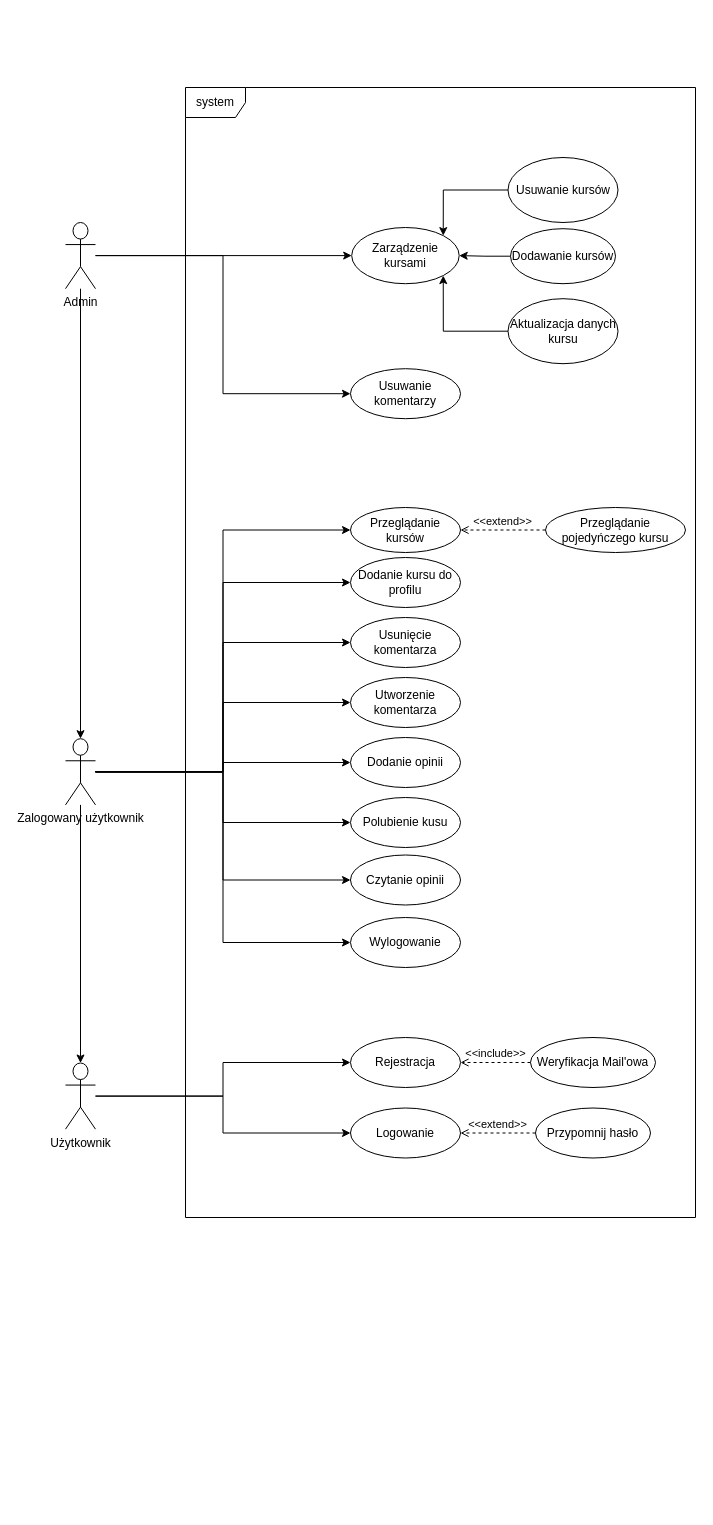
The draw.io diagram reports/use_cases/use_cases.drawio in p-dros/faisweb, before the edit. Source tidied: cells renumbered, new cells numbered last; positions are measured from the earlier drawing's top-left corner, leaving out a move shared by most shapes. Both pictures are drawn from the tidied source at 100%, with x=0, y=0 at pixel (65, 87).
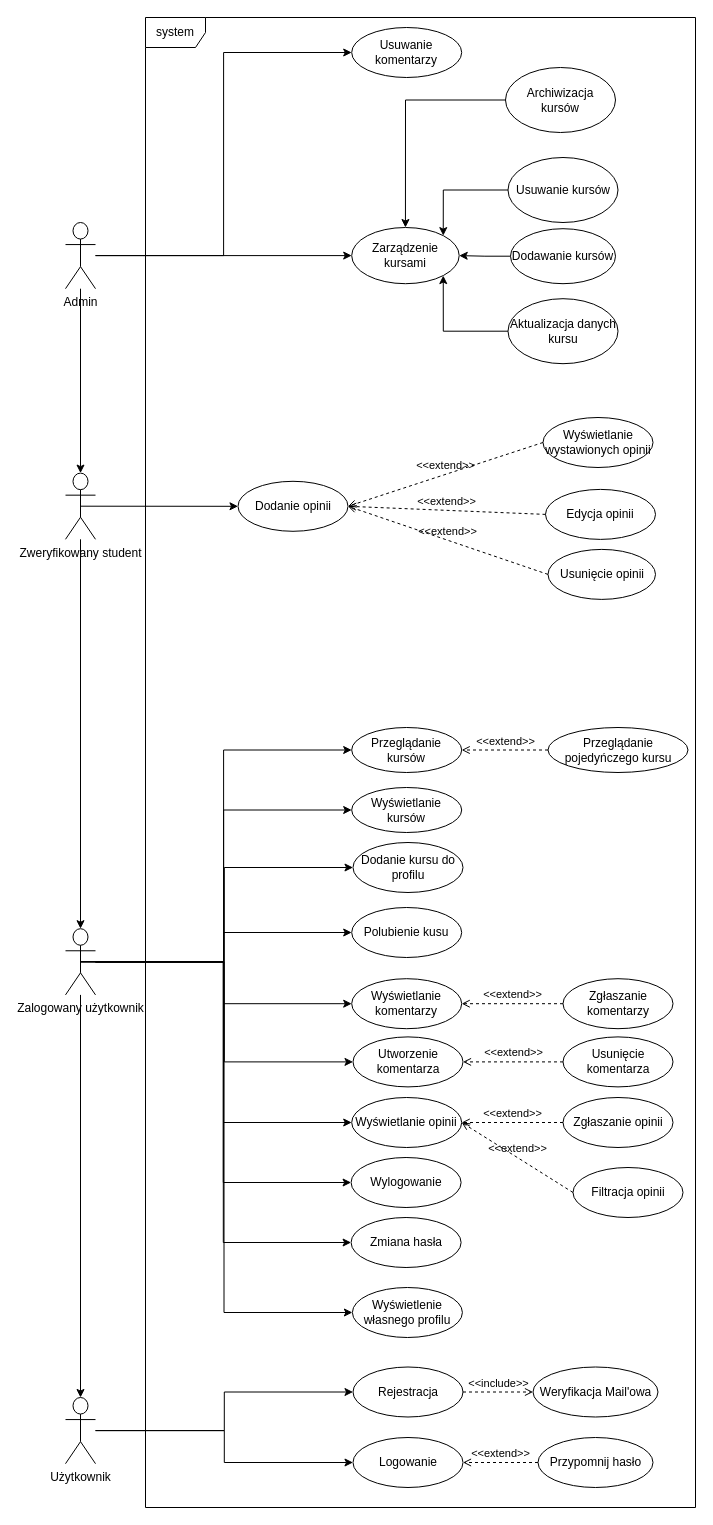
Above is the later version.

Unchanged cells that the change refers to:
```xml
<mxCell id="20" value="Zarządzenie kursami" style="ellipse;whiteSpace=wrap;html=1;" parent="1" vertex="1">
  <mxGeometry x="286.2" y="140" width="107.5" height="56.2" as="geometry" />
</mxCell>
<mxCell id="40" value="Admin" style="shape=umlActor;verticalLabelPosition=bottom;verticalAlign=top;html=1;outlineConnect=0;" parent="1" vertex="1">
  <mxGeometry y="135" width="30" height="66.2" as="geometry" />
</mxCell>
```

The edit, as a diff of the source:
```diff
@@
     <mxCell id="4" value="Użytkownik" style="shape=umlActor;verticalLabelPosition=bottom;verticalAlign=top;html=1;outlineConnect=0;" parent="1" vertex="1">
-      <mxGeometry y="975.5" width="30" height="66.2" as="geometry" />
+      <mxGeometry y="1310" width="30" height="66.2" as="geometry" />
     </mxCell>
     <mxCell id="5" value="system" style="shape=umlFrame;whiteSpace=wrap;html=1;" parent="1" vertex="1">
-      <mxGeometry x="120" width="510" height="1130" as="geometry" />
+      <mxGeometry x="80" y="-70" width="550" height="1490" as="geometry" />
     </mxCell>
     <mxCell id="6" value="Przeglądanie kursów" style="ellipse;whiteSpace=wrap;html=1;" parent="1" vertex="1">
-      <mxGeometry x="285" y="420" width="110" height="45" as="geometry" />
+      <mxGeometry x="286.2" y="640" width="110" height="45" as="geometry" />
     </mxCell>
-    <mxCell id="7" value="Czytanie opinii" style="ellipse;whiteSpace=wrap;html=1;" parent="1" vertex="1">
-      <mxGeometry x="285" y="767.5" width="110" height="50" as="geometry" />
+    <mxCell id="7" value="Wyświetlanie opinii" style="ellipse;whiteSpace=wrap;html=1;" parent="1" vertex="1">
+      <mxGeometry x="286.2" y="1010" width="110" height="50" as="geometry" />
     </mxCell>
     <mxCell id="8" value="Polubienie kusu" style="ellipse;whiteSpace=wrap;html=1;" parent="1" vertex="1">
-      <mxGeometry x="285" y="710" width="110" height="50" as="geometry" />
+      <mxGeometry x="286.2" y="820" width="110" height="50" as="geometry" />
     </mxCell>
@@
     <mxCell id="10" value="Dodanie opinii" style="ellipse;whiteSpace=wrap;html=1;" parent="1" vertex="1">
-      <mxGeometry x="285" y="650" width="110" height="50" as="geometry" />
+      <mxGeometry x="172.5" y="393.8" width="110" height="50" as="geometry" />
     </mxCell>
     <mxCell id="11" value="Utworzenie komentarza" style="ellipse;whiteSpace=wrap;html=1;" parent="1" vertex="1">
-      <mxGeometry x="285" y="590" width="110" height="50" as="geometry" />
+      <mxGeometry x="287.5" y="949.4" width="110" height="50" as="geometry" />
     </mxCell>
     <mxCell id="12" value="Dodanie kursu do profilu" style="ellipse;whiteSpace=wrap;html=1;" parent="1" vertex="1">
-      <mxGeometry x="285" y="470" width="110" height="50" as="geometry" />
+      <mxGeometry x="287.5" y="755" width="110" height="50" as="geometry" />
     </mxCell>
@@
     <mxCell id="14" value="Przypomnij hasło" style="ellipse;whiteSpace=wrap;html=1;" parent="1" vertex="1">
-      <mxGeometry x="470" y="1020.5" width="115" height="50" as="geometry" />
+      <mxGeometry x="472.5" y="1350" width="115" height="50" as="geometry" />
     </mxCell>
     <mxCell id="15" value="Usuwanie komentarzy" style="ellipse;whiteSpace=wrap;html=1;" parent="1" vertex="1">
-      <mxGeometry x="285" y="281.2" width="110" height="50" as="geometry" />
+      <mxGeometry x="286.2" y="-60" width="110" height="50" as="geometry" />
     </mxCell>
     <mxCell id="16" value="Rejestracja" style="ellipse;whiteSpace=wrap;html=1;" parent="1" vertex="1">
-      <mxGeometry x="285" y="950" width="110" height="50" as="geometry" />
+      <mxGeometry x="287.5" y="1279.5" width="110" height="50" as="geometry" />
     </mxCell>
     <mxCell id="17" value="Usunięcie komentarza" style="ellipse;whiteSpace=wrap;html=1;" parent="1" vertex="1">
-      <mxGeometry x="285" y="530" width="110" height="50" as="geometry" />
+      <mxGeometry x="497.5" y="949.4" width="110" height="50" as="geometry" />
     </mxCell>
     <mxCell id="18" value="Weryfikacja Mail'owa" style="ellipse;whiteSpace=wrap;html=1;" parent="1" vertex="1">
-      <mxGeometry x="465" y="950" width="125" height="50" as="geometry" />
+      <mxGeometry x="467.5" y="1279.5" width="125" height="50" as="geometry" />
     </mxCell>
-    <mxCell id="19" value="&amp;lt;&amp;lt;include&amp;gt;&amp;gt;" style="html=1;verticalAlign=bottom;labelBackgroundColor=none;endArrow=open;endFill=0;dashed=1;rounded=0;entryX=1;entryY=0.5;entryDx=0;entryDy=0;exitX=0;exitY=0.5;exitDx=0;exitDy=0;" parent="1" edge="1" source="18" target="16">
+    <mxCell id="19" value="&amp;lt;&amp;lt;include&amp;gt;&amp;gt;" style="html=1;verticalAlign=bottom;labelBackgroundColor=none;endArrow=open;endFill=0;dashed=1;rounded=0;entryX=0;entryY=0.5;entryDx=0;entryDy=0;exitX=1;exitY=0.5;exitDx=0;exitDy=0;" parent="1" edge="1" source="16" target="18">
       <mxGeometry relative="1" as="geometry" />
     </mxCell>
@@
-    <mxCell id="28" style="edgeStyle=orthogonalEdgeStyle;rounded=0;jettySize=auto;html=1;" parent="1" edge="1" source="36" target="8">
+    <mxCell id="28" style="edgeStyle=orthogonalEdgeStyle;rounded=0;jettySize=auto;html=1;entryX=0;entryY=0.5;entryDx=0;entryDy=0;" parent="1" edge="1" source="36" target="8">
       <mxGeometry relative="1" as="geometry" />
     </mxCell>
-    <mxCell id="29" style="edgeStyle=orthogonalEdgeStyle;rounded=0;jettySize=auto;html=1;entryX=0;entryY=0.5;entryDx=0;entryDy=0;" parent="1" edge="1" source="36" target="10">
-      <mxGeometry relative="1" as="geometry" />
-    </mxCell>
@@
-    <mxCell id="31" style="edgeStyle=orthogonalEdgeStyle;rounded=0;jettySize=auto;html=1;entryX=0;entryY=0.5;entryDx=0;entryDy=0;" parent="1" edge="1" source="36" target="17">
-      <mxGeometry relative="1" as="geometry" />
-    </mxCell>
@@
     <mxCell id="36" value="Zalogowany użytkownik" style="shape=umlActor;verticalLabelPosition=bottom;verticalAlign=top;html=1;outlineConnect=0;" parent="1" vertex="1">
-      <mxGeometry y="651.2" width="30" height="66.2" as="geometry" />
+      <mxGeometry y="841.2" width="30" height="66.2" as="geometry" />
     </mxCell>
     <mxCell id="37" value="Przeglądanie pojedyńczego kursu" style="ellipse;whiteSpace=wrap;html=1;" parent="1" vertex="1">
-      <mxGeometry x="480" y="420" width="140" height="45" as="geometry" />
+      <mxGeometry x="482.5" y="640" width="140" height="45" as="geometry" />
     </mxCell>
@@
+    <mxCell id="44" style="edgeStyle=none;html=1;entryX=0.5;entryY=0;entryDx=0;entryDy=0;entryPerimeter=0;" parent="1" edge="1" source="40" target="47">
+      <mxGeometry relative="1" as="geometry" />
+    </mxCell>
@@
     <mxCell id="41" value="Logowanie" style="ellipse;whiteSpace=wrap;html=1;" parent="1" vertex="1">
-      <mxGeometry x="285" y="1020.5" width="110" height="50" as="geometry" />
+      <mxGeometry x="287.5" y="1350" width="110" height="50" as="geometry" />
     </mxCell>
     <mxCell id="42" value="Wylogowanie" style="ellipse;whiteSpace=wrap;html=1;" parent="1" vertex="1">
-      <mxGeometry x="285" y="830" width="110" height="50" as="geometry" />
+      <mxGeometry x="285.6" y="1070" width="110" height="50" as="geometry" />
     </mxCell>
-    <mxCell id="43" style="edgeStyle=orthogonalEdgeStyle;rounded=0;jettySize=auto;html=1;entryX=0.5;entryY=0;entryDx=0;entryDy=0;entryPerimeter=0;" parent="1" edge="1" source="40" target="36">
-      <mxGeometry relative="1" as="geometry" />
-    </mxCell>
+    <mxCell id="45" style="edgeStyle=none;html=1;entryX=0.5;entryY=0;entryDx=0;entryDy=0;entryPerimeter=0;" parent="1" edge="1" source="47" target="36">
+      <mxGeometry relative="1" as="geometry" />
+    </mxCell>
+    <mxCell id="46" style="edgeStyle=none;html=1;exitX=0.5;exitY=0.5;exitDx=0;exitDy=0;exitPerimeter=0;entryX=0;entryY=0.5;entryDx=0;entryDy=0;" parent="1" edge="1" source="47" target="10">
+      <mxGeometry relative="1" as="geometry" />
+    </mxCell>
+    <mxCell id="47" value="Zweryfikowany student" style="shape=umlActor;verticalLabelPosition=bottom;verticalAlign=top;html=1;outlineConnect=0;" parent="1" vertex="1">
+      <mxGeometry y="385.6" width="30" height="66.2" as="geometry" />
+    </mxCell>
+    <mxCell id="48" value="Wyświetlanie kursów" style="ellipse;whiteSpace=wrap;html=1;" parent="1" vertex="1">
+      <mxGeometry x="286.2" y="700" width="110" height="45" as="geometry" />
+    </mxCell>
+    <mxCell id="49" style="edgeStyle=orthogonalEdgeStyle;rounded=0;jettySize=auto;html=1;entryX=0;entryY=0.5;entryDx=0;entryDy=0;exitX=0.5;exitY=0.5;exitDx=0;exitDy=0;exitPerimeter=0;" parent="1" edge="1" source="36" target="48">
+      <mxGeometry relative="1" as="geometry" />
+    </mxCell>
+    <mxCell id="50" value="&amp;lt;&amp;lt;extend&amp;gt;&amp;gt;" style="html=1;verticalAlign=bottom;labelBackgroundColor=none;endArrow=open;endFill=0;dashed=1;rounded=0;exitX=0;exitY=0.5;exitDx=0;exitDy=0;entryX=1;entryY=0.5;entryDx=0;entryDy=0;" parent="1" edge="1" source="17" target="11">
+      <mxGeometry relative="1" as="geometry" />
+    </mxCell>
+    <mxCell id="51" value="Wyświetlanie komentarzy" style="ellipse;whiteSpace=wrap;html=1;" parent="1" vertex="1">
+      <mxGeometry x="286.2" y="891.2" width="110" height="50" as="geometry" />
+    </mxCell>
+    <mxCell id="52" style="edgeStyle=orthogonalEdgeStyle;rounded=0;jettySize=auto;html=1;entryX=0;entryY=0.5;entryDx=0;entryDy=0;exitX=0.5;exitY=0.5;exitDx=0;exitDy=0;exitPerimeter=0;" parent="1" edge="1" source="36" target="51">
+      <mxGeometry relative="1" as="geometry" />
+    </mxCell>
+    <mxCell id="53" value="Zgłaszanie komentarzy" style="ellipse;whiteSpace=wrap;html=1;" parent="1" vertex="1">
+      <mxGeometry x="497.5" y="891.2" width="110" height="50" as="geometry" />
+    </mxCell>
+    <mxCell id="54" value="&amp;lt;&amp;lt;extend&amp;gt;&amp;gt;" style="html=1;verticalAlign=bottom;labelBackgroundColor=none;endArrow=open;endFill=0;dashed=1;rounded=0;exitX=0;exitY=0.5;exitDx=0;exitDy=0;entryX=1;entryY=0.5;entryDx=0;entryDy=0;" parent="1" edge="1" source="53" target="51">
+      <mxGeometry relative="1" as="geometry" />
+    </mxCell>
+    <mxCell id="55" value="Zgłaszanie opinii" style="ellipse;whiteSpace=wrap;html=1;" parent="1" vertex="1">
+      <mxGeometry x="497.5" y="1010" width="110" height="50" as="geometry" />
+    </mxCell>
+    <mxCell id="56" value="&amp;lt;&amp;lt;extend&amp;gt;&amp;gt;" style="html=1;verticalAlign=bottom;labelBackgroundColor=none;endArrow=open;endFill=0;dashed=1;rounded=0;exitX=0;exitY=0.5;exitDx=0;exitDy=0;entryX=1;entryY=0.5;entryDx=0;entryDy=0;" parent="1" edge="1" source="55" target="7">
+      <mxGeometry relative="1" as="geometry" />
+    </mxCell>
+    <mxCell id="57" value="Zmiana hasła" style="ellipse;whiteSpace=wrap;html=1;" parent="1" vertex="1">
+      <mxGeometry x="285.6" y="1130" width="110" height="50" as="geometry" />
+    </mxCell>
+    <mxCell id="58" style="edgeStyle=orthogonalEdgeStyle;rounded=0;jettySize=auto;html=1;entryX=0;entryY=0.5;entryDx=0;entryDy=0;exitX=0.5;exitY=0.5;exitDx=0;exitDy=0;exitPerimeter=0;" parent="1" edge="1" source="36" target="57">
+      <mxGeometry relative="1" as="geometry" />
+    </mxCell>
+    <mxCell id="59" value="Wyświetlenie własnego profilu" style="ellipse;whiteSpace=wrap;html=1;" parent="1" vertex="1">
+      <mxGeometry x="286.9" y="1200" width="110" height="50" as="geometry" />
+    </mxCell>
+    <mxCell id="60" style="edgeStyle=orthogonalEdgeStyle;rounded=0;jettySize=auto;html=1;entryX=0;entryY=0.5;entryDx=0;entryDy=0;exitX=0.5;exitY=0.5;exitDx=0;exitDy=0;exitPerimeter=0;" parent="1" edge="1" source="36" target="59">
+      <mxGeometry relative="1" as="geometry" />
+    </mxCell>
+    <mxCell id="61" value="Wyświetlanie wystawionych opinii" style="ellipse;whiteSpace=wrap;html=1;" parent="1" vertex="1">
+      <mxGeometry x="477.5" y="330" width="110" height="50" as="geometry" />
+    </mxCell>
+    <mxCell id="62" value="&amp;lt;&amp;lt;extend&amp;gt;&amp;gt;" style="html=1;verticalAlign=bottom;labelBackgroundColor=none;endArrow=open;endFill=0;dashed=1;rounded=0;exitX=0;exitY=0.5;exitDx=0;exitDy=0;entryX=1;entryY=0.5;entryDx=0;entryDy=0;" parent="1" edge="1" source="61" target="10">
+      <mxGeometry relative="1" as="geometry" />
+    </mxCell>
+    <mxCell id="63" value="Filtracja opinii" style="ellipse;whiteSpace=wrap;html=1;" parent="1" vertex="1">
+      <mxGeometry x="507.5" y="1080" width="110" height="50" as="geometry" />
+    </mxCell>
+    <mxCell id="64" value="&amp;lt;&amp;lt;extend&amp;gt;&amp;gt;" style="html=1;verticalAlign=bottom;labelBackgroundColor=none;endArrow=open;endFill=0;dashed=1;rounded=0;exitX=0;exitY=0.5;exitDx=0;exitDy=0;entryX=1;entryY=0.5;entryDx=0;entryDy=0;" parent="1" edge="1" source="63" target="7">
+      <mxGeometry relative="1" as="geometry" />
+    </mxCell>
+    <mxCell id="65" value="Archiwizacja kursów" style="ellipse;whiteSpace=wrap;html=1;" parent="1" vertex="1">
+      <mxGeometry x="440" y="-20" width="110" height="65" as="geometry" />
+    </mxCell>
+    <mxCell id="66" style="edgeStyle=orthogonalEdgeStyle;rounded=0;jettySize=auto;html=1;entryX=0.5;entryY=0;entryDx=0;entryDy=0;exitX=0;exitY=0.5;exitDx=0;exitDy=0;" parent="1" edge="1" source="65" target="20">
+      <mxGeometry relative="1" as="geometry" />
+    </mxCell>
+    <mxCell id="67" value="Edycja opinii" style="ellipse;whiteSpace=wrap;html=1;" parent="1" vertex="1">
+      <mxGeometry x="480" y="401.9" width="110" height="50" as="geometry" />
+    </mxCell>
+    <mxCell id="68" value="&amp;lt;&amp;lt;extend&amp;gt;&amp;gt;" style="html=1;verticalAlign=bottom;labelBackgroundColor=none;endArrow=open;endFill=0;dashed=1;rounded=0;exitX=0;exitY=0.5;exitDx=0;exitDy=0;entryX=1;entryY=0.5;entryDx=0;entryDy=0;" parent="1" edge="1" source="67" target="10">
+      <mxGeometry relative="1" as="geometry" />
+    </mxCell>
+    <mxCell id="69" value="Usunięcie opinii" style="ellipse;whiteSpace=wrap;html=1;" parent="1" vertex="1">
+      <mxGeometry x="482.5" y="461.9" width="107.5" height="50" as="geometry" />
+    </mxCell>
+    <mxCell id="70" value="&amp;lt;&amp;lt;extend&amp;gt;&amp;gt;" style="html=1;verticalAlign=bottom;labelBackgroundColor=none;endArrow=open;endFill=0;dashed=1;rounded=0;exitX=0;exitY=0.5;exitDx=0;exitDy=0;entryX=1;entryY=0.5;entryDx=0;entryDy=0;" parent="1" edge="1" source="69" target="10">
+      <mxGeometry relative="1" as="geometry" />
+    </mxCell>
```
